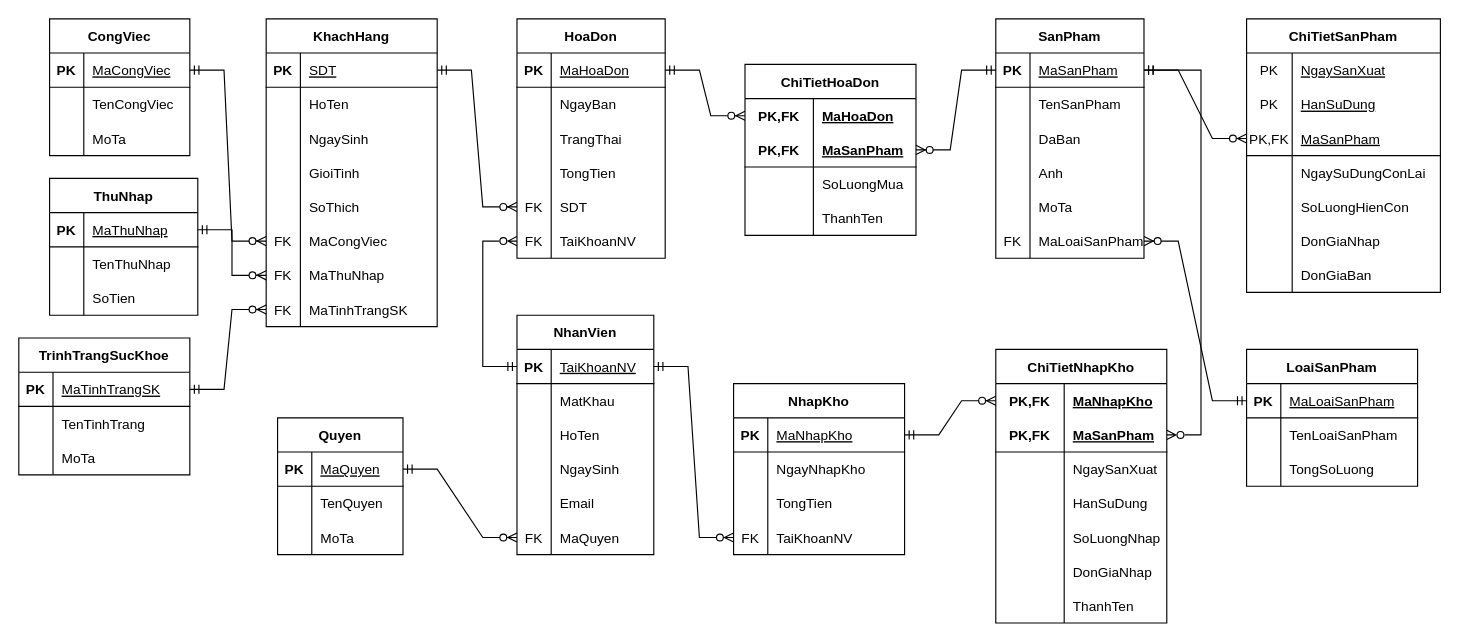
phanvandinh99/QL_AEONSHOP keeps this draw.io diagram as Diagram/ERD_EAONSHOP.drawio. Above is the earlier version. Source tidied: cells renumbered, new cells numbered last; positions are measured from the earlier drawing's top-left corner, leaving out a move shared by most shapes. Both pictures are drawn from the tidied source at 114%, with x=0, y=0 at pixel (18, 18).
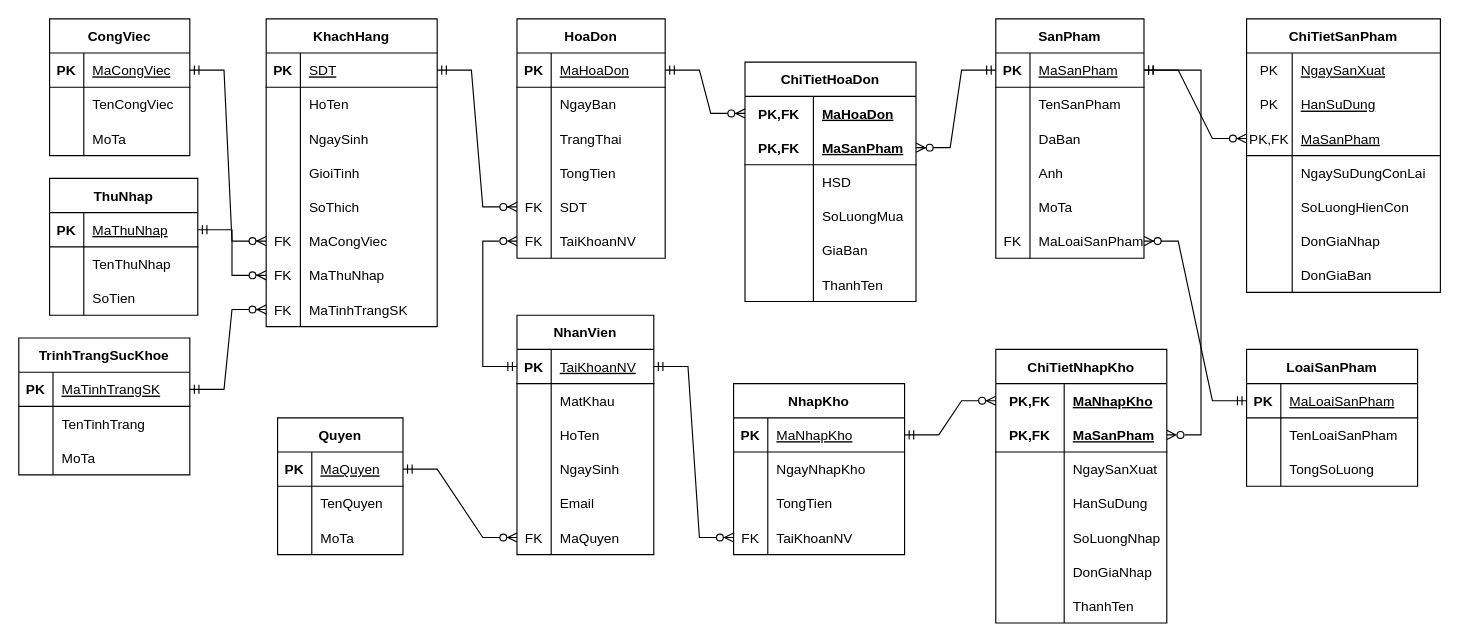
After the change.

What changed in the source:
```diff
@@
     <mxCell id="138" value="ChiTietHoaDon" style="shape=table;startSize=30;childLayout=tableLayout;rowLines=0;fontStyle=1;align=center;" parent="1" vertex="1">
-      <mxGeometry x="637" y="40" width="150" height="150" as="geometry" />
+      <mxGeometry x="637" y="38" width="150" height="210" as="geometry" />
     </mxCell>
@@
+    <mxCell id="217" style="shape=tableRow;horizontal=0;startSize=0;swimlaneHead=0;swimlaneBody=0;fillColor=none;top=0;left=0;right=0;bottom=0;" parent="138" vertex="1">
+      <mxGeometry y="90" width="150" height="30" as="geometry" />
+    </mxCell>
+    <mxCell id="218" style="shape=partialRectangle;fillColor=none;top=0;left=0;bottom=0;right=0;overflow=hidden;" parent="217" vertex="1">
+      <mxGeometry width="60" height="30" as="geometry" />
+    </mxCell>
+    <mxCell id="219" value="HSD" style="shape=partialRectangle;fillColor=none;top=0;left=0;bottom=0;right=0;align=left;spacingLeft=6;overflow=hidden;" parent="217" vertex="1">
+      <mxGeometry x="60" width="90" height="30" as="geometry" />
+    </mxCell>
     <mxCell id="145" style="shape=tableRow;horizontal=0;startSize=0;swimlaneHead=0;swimlaneBody=0;fillColor=none;top=0;left=0;right=0;bottom=0;" parent="138" vertex="1">
-      <mxGeometry y="90" width="150" height="30" as="geometry" />
+      <mxGeometry y="120" width="150" height="30" as="geometry" />
     </mxCell>
@@
+    <mxCell id="220" style="shape=tableRow;horizontal=0;startSize=0;swimlaneHead=0;swimlaneBody=0;fillColor=none;top=0;left=0;right=0;bottom=0;" parent="138" vertex="1">
+      <mxGeometry y="150" width="150" height="30" as="geometry" />
+    </mxCell>
+    <mxCell id="221" style="shape=partialRectangle;fillColor=none;top=0;left=0;bottom=0;right=0;overflow=hidden;" parent="220" vertex="1">
+      <mxGeometry width="60" height="30" as="geometry" />
+    </mxCell>
+    <mxCell id="222" value="GiaBan" style="shape=partialRectangle;fillColor=none;top=0;left=0;bottom=0;right=0;align=left;spacingLeft=6;overflow=hidden;" parent="220" vertex="1">
+      <mxGeometry x="60" width="90" height="30" as="geometry" />
+    </mxCell>
     <mxCell id="148" style="shape=tableRow;horizontal=0;startSize=0;swimlaneHead=0;swimlaneBody=0;fillColor=none;top=0;left=0;right=0;bottom=0;" parent="138" vertex="1">
-      <mxGeometry y="120" width="150" height="30" as="geometry" />
+      <mxGeometry y="180" width="150" height="30" as="geometry" />
     </mxCell>
```
